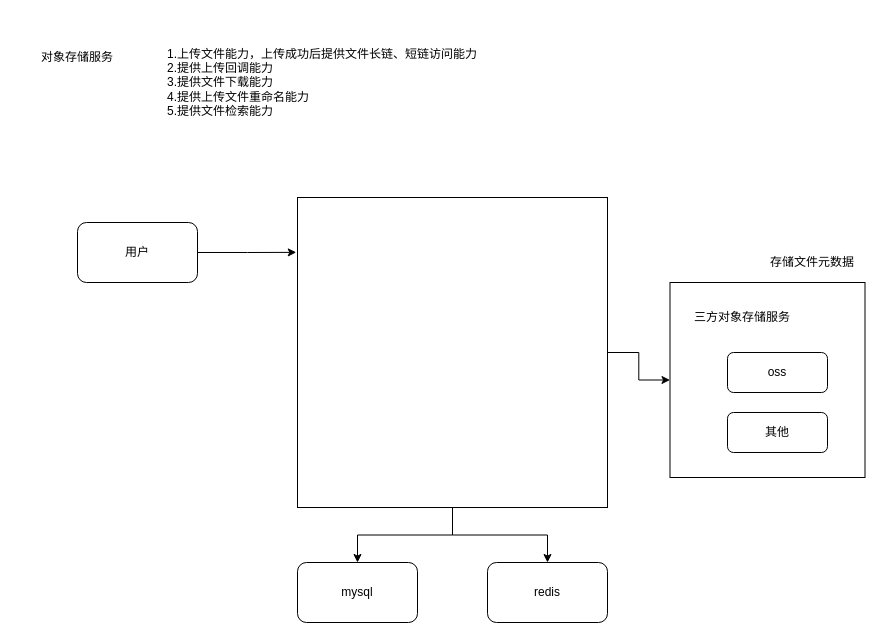
This is 对象存储服务设计.drawio from hlk-kk/test1, a draw.io file, before an edit. Source tidied: cells renumbered, new cells numbered last; positions are measured from the earlier drawing's top-left corner, leaving out a move shared by most shapes. Both pictures are drawn from the tidied source at 100%, with x=0, y=0 at pixel (17, 17).
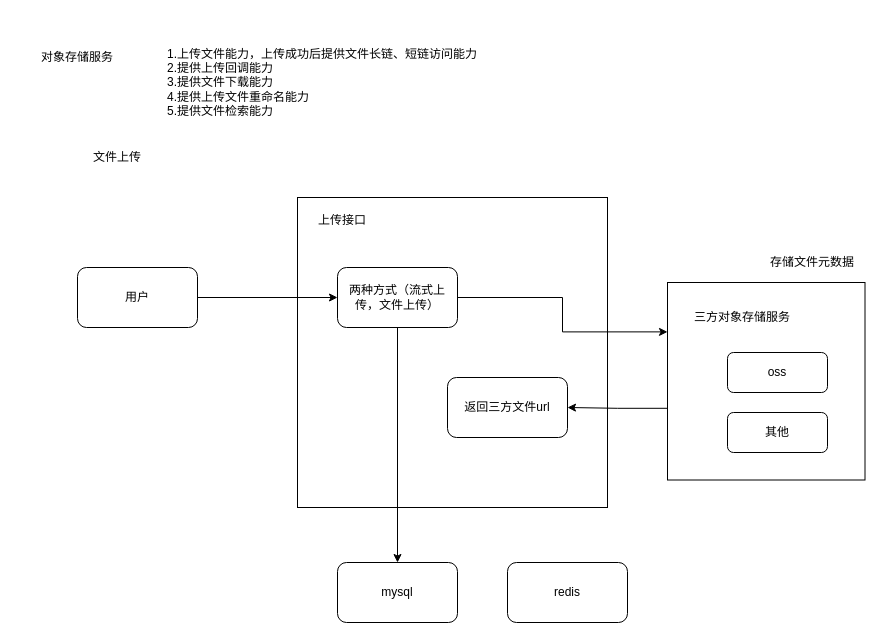
The same page after the edit.

Commit message (it also covers changes not shown here):
更新对象存储服务设计.drawio

Diff of the diagram source:
```diff
@@
+    <mxCell id="6" style="whiteSpace=wrap;html=1;" parent="1" vertex="1">
+      <mxGeometry x="280" y="180" width="310" height="310" as="geometry" />
+    </mxCell>
+    <mxCell id="17" style="edgeStyle=orthogonalEdgeStyle;rounded=0;jettySize=auto;html=1;exitX=0.002;exitY=0.637;exitDx=0;exitDy=0;exitPerimeter=0;" parent="1" edge="1" source="2" target="23">
+      <mxGeometry relative="1" as="geometry" />
+    </mxCell>
     <mxCell id="2" style="whiteSpace=wrap;html=1;" parent="1" vertex="1">
-      <mxGeometry x="652.5" y="265" width="195" height="195" as="geometry" />
+      <mxGeometry x="650" y="265" width="197.5" height="197.5" as="geometry" />
     </mxCell>
-    <mxCell id="3" style="edgeStyle=orthogonalEdgeStyle;rounded=0;jettySize=auto;html=1;entryX=0.5;entryY=0;entryDx=0;entryDy=0;" parent="1" edge="1" source="6" target="11">
-      <mxGeometry relative="1" as="geometry" />
-    </mxCell>
-    <mxCell id="4" style="edgeStyle=orthogonalEdgeStyle;rounded=0;jettySize=auto;html=1;" parent="1" edge="1" source="6" target="14">
-      <mxGeometry relative="1" as="geometry" />
-    </mxCell>
-    <mxCell id="5" style="edgeStyle=orthogonalEdgeStyle;rounded=0;jettySize=auto;html=1;" parent="1" edge="1" source="6" target="2">
-      <mxGeometry relative="1" as="geometry" />
-    </mxCell>
-    <mxCell id="6" style="whiteSpace=wrap;html=1;" parent="1" vertex="1">
-      <mxGeometry x="280" y="180" width="310" height="310" as="geometry" />
-    </mxCell>
@@
     <mxCell id="11" value="mysql" style="rounded=1;whiteSpace=wrap;html=1;" parent="1" vertex="1">
-      <mxGeometry x="280" y="545" width="120" height="60" as="geometry" />
+      <mxGeometry x="320" y="545" width="120" height="60" as="geometry" />
     </mxCell>
-    <mxCell id="12" style="edgeStyle=orthogonalEdgeStyle;rounded=0;jettySize=auto;html=1;entryX=-0.004;entryY=0.177;entryDx=0;entryDy=0;entryPerimeter=0;" parent="1" edge="1" source="13" target="6">
-      <mxGeometry relative="1" as="geometry" />
-    </mxCell>
+    <mxCell id="18" style="edgeStyle=orthogonalEdgeStyle;rounded=0;jettySize=auto;html=1;entryX=0;entryY=0.5;entryDx=0;entryDy=0;" parent="1" edge="1" source="13" target="22">
+      <mxGeometry relative="1" as="geometry" />
+    </mxCell>
     <mxCell id="13" value="用户" style="rounded=1;whiteSpace=wrap;html=1;" parent="1" vertex="1">
-      <mxGeometry x="60" y="205" width="120" height="60" as="geometry" />
+      <mxGeometry x="60" y="250" width="120" height="60" as="geometry" />
     </mxCell>
     <mxCell id="14" value="redis" style="rounded=1;whiteSpace=wrap;html=1;" parent="1" vertex="1">
-      <mxGeometry x="470" y="545" width="120" height="60" as="geometry" />
+      <mxGeometry x="490" y="545" width="120" height="60" as="geometry" />
     </mxCell>
@@
+    <mxCell id="19" value="文件上传" style="text;html=1;strokeColor=none;fillColor=none;align=center;verticalAlign=middle;whiteSpace=wrap;rounded=0;" parent="1" vertex="1">
+      <mxGeometry x="40" y="120" width="120" height="40" as="geometry" />
+    </mxCell>
+    <mxCell id="20" style="edgeStyle=orthogonalEdgeStyle;rounded=0;jettySize=auto;html=1;entryX=0;entryY=0.25;entryDx=0;entryDy=0;" parent="1" edge="1" source="22" target="2">
+      <mxGeometry relative="1" as="geometry" />
+    </mxCell>
+    <mxCell id="21" style="edgeStyle=orthogonalEdgeStyle;rounded=0;jettySize=auto;html=1;entryX=0.5;entryY=0;entryDx=0;entryDy=0;" parent="1" edge="1" source="22" target="11">
+      <mxGeometry relative="1" as="geometry" />
+    </mxCell>
+    <mxCell id="22" value="两种方式（流式上传，文件上传）" style="rounded=1;whiteSpace=wrap;html=1;" parent="1" vertex="1">
+      <mxGeometry x="320" y="250" width="120" height="60" as="geometry" />
+    </mxCell>
+    <mxCell id="23" value="返回三方文件url" style="rounded=1;whiteSpace=wrap;html=1;" parent="1" vertex="1">
+      <mxGeometry x="430" y="360" width="120" height="60" as="geometry" />
+    </mxCell>
+    <mxCell id="24" value="上传接口" style="text;html=1;strokeColor=none;fillColor=none;align=center;verticalAlign=middle;whiteSpace=wrap;rounded=0;" parent="1" vertex="1">
+      <mxGeometry x="270" y="190" width="110" height="25" as="geometry" />
+    </mxCell>
```
